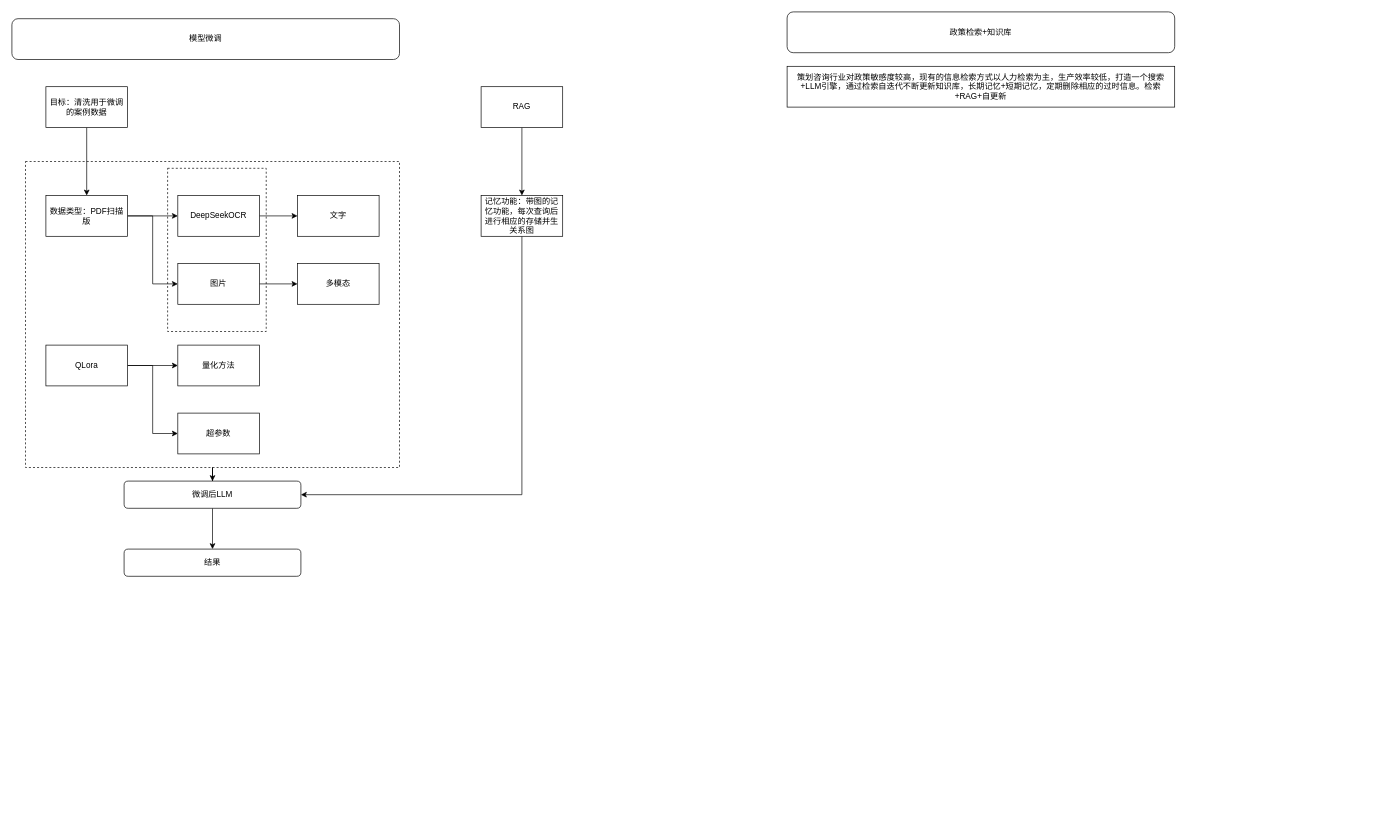
Earlier version of the draw.io diagram Project/QloraDataHandle.drawio (CarmeloChou/APX-LLM-Notebook). Source tidied: cells renumbered, new cells numbered last; positions are measured from the earlier drawing's top-left corner, leaving out a move shared by most shapes. Both pictures are drawn from the tidied source at 68%, with x=0, y=0 at pixel (12, 12).
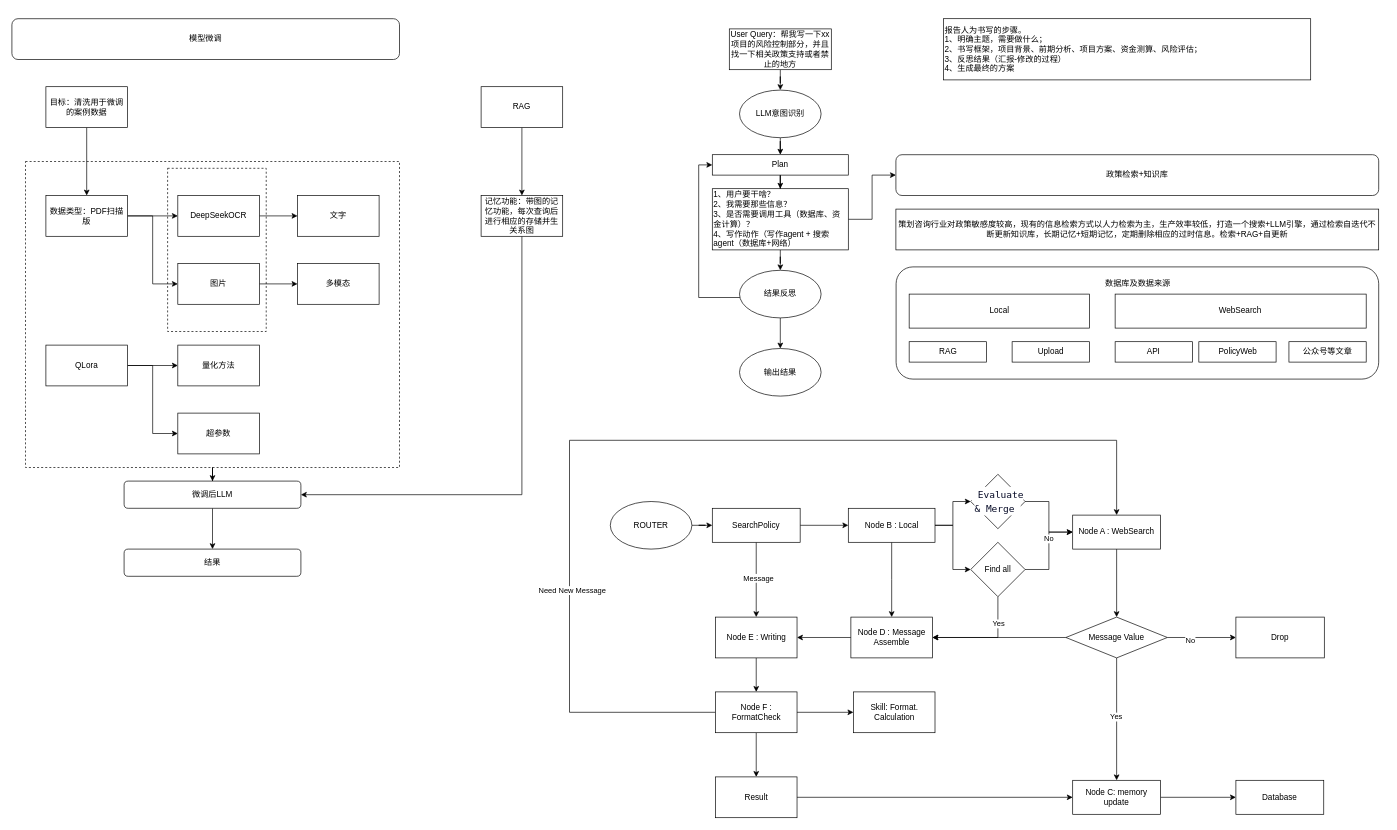
Above is the later version.

Commit message:
更新项目框架图

What changed in the source:
```diff
@@
     <mxCell id="30" value="政策检索+知识库" style="rounded=1;whiteSpace=wrap;html=1;" parent="1" vertex="1">
-      <mxGeometry x="1140" width="570" height="60" as="geometry" />
+      <mxGeometry x="1300" y="210" width="710" height="60" as="geometry" />
     </mxCell>
     <mxCell id="31" value="策划咨询行业对政策敏感度较高，现有的信息检索方式以人力检索为主，生产效率较低，打造一个搜索+LLM引擎，通过检索自迭代不断更新知识库，长期记忆+短期记忆，定期删除相应的过时信息。检索+RAG&lt;span style=&quot;background-color: transparent; color: light-dark(rgb(0, 0, 0), rgb(255, 255, 255));&quot;&gt;+自更新&lt;/span&gt;" style="rounded=0;whiteSpace=wrap;html=1;" parent="1" vertex="1">
-      <mxGeometry x="1140" y="80" width="570" height="60" as="geometry" />
+      <mxGeometry x="1300" y="290" width="710" height="60" as="geometry" />
     </mxCell>
+    <mxCell id="32" value="报告人为书写的步骤。&lt;div&gt;1、明确主题，需要做什么；&lt;div&gt;2、书写框架，项目背景、前期分析、项目方案、资金测算、风险评估；&lt;/div&gt;&lt;/div&gt;&lt;div&gt;3、反思结果（汇报-修改的过程）&lt;/div&gt;&lt;div&gt;4、生成最终的方案&lt;/div&gt;" style="rounded=0;whiteSpace=wrap;html=1;align=left;" parent="1" vertex="1">
+      <mxGeometry x="1370" y="10" width="540" height="90" as="geometry" />
+    </mxCell>
+    <mxCell id="33" style="group;" parent="1" vertex="1">
+      <mxGeometry x="1310" y="375" width="710" height="165" as="geometry" />
+    </mxCell>
+    <mxCell id="34" style="rounded=1;whiteSpace=wrap;html=1;" parent="33" vertex="1">
+      <mxGeometry x="-9.7" width="709.7" height="165" as="geometry" />
+    </mxCell>
+    <mxCell id="35" value="RAG" style="rounded=0;whiteSpace=wrap;html=1;labelBackgroundColor=none;" parent="33" vertex="1">
+      <mxGeometry x="9.5" y="110" width="113.6" height="30" as="geometry" />
+    </mxCell>
+    <mxCell id="36" value="WebSearch" style="rounded=0;whiteSpace=wrap;html=1;labelBackgroundColor=none;" parent="33" vertex="1">
+      <mxGeometry x="312.4" y="40" width="369.2" height="50" as="geometry" />
+    </mxCell>
+    <mxCell id="37" value="Upload" style="rounded=0;whiteSpace=wrap;html=1;labelBackgroundColor=none;" parent="33" vertex="1">
+      <mxGeometry x="160.9" y="110" width="113.6" height="30" as="geometry" />
+    </mxCell>
+    <mxCell id="38" value="Local" style="rounded=0;whiteSpace=wrap;html=1;labelBackgroundColor=none;" parent="33" vertex="1">
+      <mxGeometry x="9.5" y="40" width="265.1" height="50" as="geometry" />
+    </mxCell>
+    <mxCell id="39" value="API" style="rounded=0;whiteSpace=wrap;html=1;labelBackgroundColor=none;" parent="33" vertex="1">
+      <mxGeometry x="312.4" y="110" width="113.6" height="30" as="geometry" />
+    </mxCell>
+    <mxCell id="40" value="PolicyWeb" style="rounded=0;whiteSpace=wrap;html=1;labelBackgroundColor=none;" parent="33" vertex="1">
+      <mxGeometry x="435.5" y="110" width="113.6" height="30" as="geometry" />
+    </mxCell>
+    <mxCell id="41" value="公众号等文章" style="rounded=0;whiteSpace=wrap;html=1;labelBackgroundColor=none;" parent="33" vertex="1">
+      <mxGeometry x="568" y="110" width="113.6" height="30" as="geometry" />
+    </mxCell>
+    <mxCell id="42" value="数据库及数据来源" style="text;html=1;whiteSpace=wrap;strokeColor=none;fillColor=none;align=center;verticalAlign=middle;rounded=0;" parent="33" vertex="1">
+      <mxGeometry x="236.7" y="10" width="217.7" height="30" as="geometry" />
+    </mxCell>
+    <mxCell id="43" style="edgeStyle=orthogonalEdgeStyle;rounded=0;jettySize=auto;html=1;entryX=0.5;entryY=0;entryDx=0;entryDy=0;" parent="1" edge="1" source="44" target="46">
+      <mxGeometry relative="1" as="geometry" />
+    </mxCell>
+    <mxCell id="44" value="User Query：帮我写一下xx项目的风险控制部分，并且找一下相关政策支持或者禁止的地方" style="rounded=0;whiteSpace=wrap;html=1;" parent="1" vertex="1">
+      <mxGeometry x="1055" y="25" width="150" height="60" as="geometry" />
+    </mxCell>
+    <mxCell id="45" style="edgeStyle=orthogonalEdgeStyle;rounded=0;jettySize=auto;html=1;" parent="1" edge="1" source="46" target="54">
+      <mxGeometry relative="1" as="geometry" />
+    </mxCell>
+    <mxCell id="46" value="LLM意图识别" style="ellipse;whiteSpace=wrap;html=1;" parent="1" vertex="1">
+      <mxGeometry x="1070" y="115" width="120" height="70" as="geometry" />
+    </mxCell>
+    <mxCell id="47" style="edgeStyle=orthogonalEdgeStyle;rounded=0;jettySize=auto;html=1;" parent="1" edge="1" source="49" target="52">
+      <mxGeometry relative="1" as="geometry" />
+    </mxCell>
+    <mxCell id="48" style="edgeStyle=orthogonalEdgeStyle;rounded=0;jettySize=auto;html=1;entryX=0;entryY=0.5;entryDx=0;entryDy=0;" parent="1" edge="1" source="49" target="30">
+      <mxGeometry relative="1" as="geometry" />
+    </mxCell>
+    <mxCell id="49" value="1、用户要干啥？&lt;div&gt;2、我需要那些信息？&lt;/div&gt;&lt;div&gt;3、是否需要调用工具（数据库、资金计算）？&lt;/div&gt;&lt;div&gt;4、写作动作（写作agent + 搜索agent（数据库+网络）&lt;/div&gt;" style="rounded=0;whiteSpace=wrap;html=1;align=left;" parent="1" vertex="1">
+      <mxGeometry x="1030" y="260" width="200" height="90" as="geometry" />
+    </mxCell>
+    <mxCell id="50" style="edgeStyle=orthogonalEdgeStyle;rounded=0;jettySize=auto;html=1;entryX=0;entryY=0.5;entryDx=0;entryDy=0;" parent="1" edge="1" source="52" target="54">
+      <mxGeometry relative="1" as="geometry">
+        <Array as="points">
+          <mxPoint x="1010" y="420" />
+          <mxPoint x="1010" y="225" />
+        </Array>
+      </mxGeometry>
+    </mxCell>
+    <mxCell id="51" style="edgeStyle=orthogonalEdgeStyle;rounded=0;jettySize=auto;html=1;" parent="1" edge="1" source="52" target="55">
+      <mxGeometry relative="1" as="geometry" />
+    </mxCell>
+    <mxCell id="52" value="结果反思" style="ellipse;whiteSpace=wrap;html=1;" parent="1" vertex="1">
+      <mxGeometry x="1070" y="380" width="120" height="70" as="geometry" />
+    </mxCell>
+    <mxCell id="53" style="edgeStyle=orthogonalEdgeStyle;rounded=0;jettySize=auto;html=1;entryX=0.5;entryY=0;entryDx=0;entryDy=0;" parent="1" edge="1" source="54" target="49">
+      <mxGeometry relative="1" as="geometry" />
+    </mxCell>
+    <mxCell id="54" value="Plan" style="rounded=0;whiteSpace=wrap;html=1;" parent="1" vertex="1">
+      <mxGeometry x="1030" y="210" width="200" height="30" as="geometry" />
+    </mxCell>
+    <mxCell id="55" value="输出结果" style="ellipse;whiteSpace=wrap;html=1;" parent="1" vertex="1">
+      <mxGeometry x="1070" y="495" width="120" height="70" as="geometry" />
+    </mxCell>
+    <mxCell id="56" style="edgeStyle=orthogonalEdgeStyle;rounded=0;jettySize=auto;html=1;entryX=0;entryY=0.5;entryDx=0;entryDy=0;" parent="1" edge="1" source="57" target="65">
+      <mxGeometry relative="1" as="geometry" />
+    </mxCell>
+    <mxCell id="57" value="ROUTER" style="ellipse;whiteSpace=wrap;html=1;" parent="1" vertex="1">
+      <mxGeometry x="880" y="720" width="120" height="70" as="geometry" />
+    </mxCell>
+    <mxCell id="58" style="edgeStyle=orthogonalEdgeStyle;rounded=0;jettySize=auto;html=1;entryX=0.5;entryY=0;entryDx=0;entryDy=0;" parent="1" edge="1" source="59" target="81">
+      <mxGeometry relative="1" as="geometry" />
+    </mxCell>
+    <mxCell id="59" value="Node A : WebSearch" style="rounded=0;whiteSpace=wrap;html=1;labelBackgroundColor=none;" parent="1" vertex="1">
+      <mxGeometry x="1560" y="740" width="129.2" height="50" as="geometry" />
+    </mxCell>
+    <mxCell id="60" style="edgeStyle=orthogonalEdgeStyle;rounded=0;jettySize=auto;html=1;" parent="1" edge="1" source="65" target="70">
+      <mxGeometry relative="1" as="geometry" />
+    </mxCell>
+    <mxCell id="61" value="Message" style="edgeLabel;html=1;align=center;verticalAlign=middle;" parent="60" vertex="1">
+      <mxGeometry x="-0.06" y="3" relative="1" as="geometry" />
+    </mxCell>
+    <mxCell id="62" style="edgeStyle=orthogonalEdgeStyle;rounded=0;jettySize=auto;html=1;entryX=0;entryY=0.5;entryDx=0;entryDy=0;" parent="1" edge="1" source="65" target="91">
+      <mxGeometry relative="1" as="geometry" />
+    </mxCell>
+    <mxCell id="63" style="edgeStyle=orthogonalEdgeStyle;rounded=0;jettySize=auto;html=1;entryX=0.5;entryY=0;entryDx=0;entryDy=0;exitX=0;exitY=0.5;exitDx=0;exitDy=0;" parent="1" edge="1" source="73" target="59">
+      <mxGeometry relative="1" as="geometry">
+        <Array as="points">
+          <mxPoint x="820" y="1030" />
+          <mxPoint x="820" y="630" />
+          <mxPoint x="1625" y="630" />
+        </Array>
+      </mxGeometry>
+    </mxCell>
+    <mxCell id="64" value="Need New Message" style="edgeLabel;html=1;align=center;verticalAlign=middle;" parent="63" vertex="1">
+      <mxGeometry x="-0.06" y="2" relative="1" as="geometry">
+        <mxPoint x="-101" y="222" as="offset" />
+      </mxGeometry>
+    </mxCell>
+    <mxCell id="65" value="SearchPolicy" style="rounded=0;whiteSpace=wrap;html=1;labelBackgroundColor=none;" parent="1" vertex="1">
+      <mxGeometry x="1030" y="730" width="129.2" height="50" as="geometry" />
+    </mxCell>
+    <mxCell id="66" style="edgeStyle=orthogonalEdgeStyle;rounded=0;jettySize=auto;html=1;entryX=0;entryY=0.5;entryDx=0;entryDy=0;" parent="1" edge="1" source="67" target="68">
+      <mxGeometry relative="1" as="geometry" />
+    </mxCell>
+    <mxCell id="67" value="Node C: memory update" style="rounded=0;whiteSpace=wrap;html=1;labelBackgroundColor=none;" parent="1" vertex="1">
+      <mxGeometry x="1560" y="1130" width="129.2" height="50" as="geometry" />
+    </mxCell>
+    <mxCell id="68" value="Database" style="rounded=0;whiteSpace=wrap;html=1;labelBackgroundColor=none;" parent="1" vertex="1">
+      <mxGeometry x="1800" y="1130" width="129.2" height="50" as="geometry" />
+    </mxCell>
+    <mxCell id="69" style="edgeStyle=orthogonalEdgeStyle;rounded=0;jettySize=auto;html=1;" parent="1" edge="1" source="70" target="73">
+      <mxGeometry relative="1" as="geometry" />
+    </mxCell>
+    <mxCell id="70" value="Node E : Writing" style="whiteSpace=wrap;html=1;rounded=0;labelBackgroundColor=none;" parent="1" vertex="1">
+      <mxGeometry x="1034.6" y="890" width="120" height="60" as="geometry" />
+    </mxCell>
+    <mxCell id="71" style="edgeStyle=orthogonalEdgeStyle;rounded=0;jettySize=auto;html=1;" parent="1" edge="1" source="73" target="75">
+      <mxGeometry relative="1" as="geometry" />
+    </mxCell>
+    <mxCell id="72" style="edgeStyle=orthogonalEdgeStyle;rounded=0;jettySize=auto;html=1;entryX=0;entryY=0.5;entryDx=0;entryDy=0;" parent="1" edge="1" source="73" target="94">
+      <mxGeometry relative="1" as="geometry" />
+    </mxCell>
+    <mxCell id="73" value="Node F : FormatCheck" style="whiteSpace=wrap;html=1;rounded=0;labelBackgroundColor=none;" parent="1" vertex="1">
+      <mxGeometry x="1034.6" y="1000" width="120" height="60" as="geometry" />
+    </mxCell>
+    <mxCell id="74" style="edgeStyle=orthogonalEdgeStyle;rounded=0;jettySize=auto;html=1;entryX=0;entryY=0.5;entryDx=0;entryDy=0;" parent="1" edge="1" source="75" target="67">
+      <mxGeometry relative="1" as="geometry" />
+    </mxCell>
+    <mxCell id="75" value="Result" style="rounded=0;whiteSpace=wrap;html=1;labelBackgroundColor=none;" parent="1" vertex="1">
+      <mxGeometry x="1034.6" y="1125" width="120" height="60" as="geometry" />
+    </mxCell>
+    <mxCell id="76" style="edgeStyle=orthogonalEdgeStyle;rounded=0;jettySize=auto;html=1;entryX=0.5;entryY=0;entryDx=0;entryDy=0;" parent="1" edge="1" source="81" target="67">
+      <mxGeometry relative="1" as="geometry" />
+    </mxCell>
+    <mxCell id="77" value="Yes" style="edgeLabel;html=1;align=center;verticalAlign=middle;" parent="76" vertex="1">
+      <mxGeometry x="-0.04" y="-1" relative="1" as="geometry" />
+    </mxCell>
+    <mxCell id="78" style="edgeStyle=orthogonalEdgeStyle;rounded=0;jettySize=auto;html=1;" parent="1" edge="1" source="81" target="82">
+      <mxGeometry relative="1" as="geometry" />
+    </mxCell>
+    <mxCell id="79" value="No" style="edgeLabel;html=1;align=center;verticalAlign=middle;" parent="78" vertex="1">
+      <mxGeometry x="-0.35" y="-3" relative="1" as="geometry" />
+    </mxCell>
+    <mxCell id="80" style="edgeStyle=orthogonalEdgeStyle;rounded=0;jettySize=auto;html=1;entryX=1;entryY=0.5;entryDx=0;entryDy=0;" parent="1" edge="1" source="81" target="93">
+      <mxGeometry relative="1" as="geometry" />
+    </mxCell>
+    <mxCell id="81" value="Message Value" style="rhombus;whiteSpace=wrap;html=1;rounded=0;labelBackgroundColor=none;" parent="1" vertex="1">
+      <mxGeometry x="1550" y="890" width="149.2" height="60" as="geometry" />
+    </mxCell>
+    <mxCell id="82" value="Drop" style="whiteSpace=wrap;html=1;rounded=0;labelBackgroundColor=none;" parent="1" vertex="1">
+      <mxGeometry x="1800" y="890" width="130" height="60" as="geometry" />
+    </mxCell>
+    <mxCell id="83" style="edgeStyle=orthogonalEdgeStyle;rounded=0;jettySize=auto;html=1;entryX=0;entryY=0.5;entryDx=0;entryDy=0;" parent="1" edge="1" source="87" target="59">
+      <mxGeometry relative="1" as="geometry" />
+    </mxCell>
+    <mxCell id="84" value="No" style="edgeLabel;html=1;align=center;verticalAlign=middle;" parent="83" vertex="1">
+      <mxGeometry x="0.29" y="1" relative="1" as="geometry" />
+    </mxCell>
+    <mxCell id="85" style="edgeStyle=orthogonalEdgeStyle;rounded=0;jettySize=auto;html=1;entryX=1;entryY=0.5;entryDx=0;entryDy=0;" parent="1" edge="1" source="87" target="93">
+      <mxGeometry relative="1" as="geometry">
+        <Array as="points">
+          <mxPoint x="1450" y="920" />
+        </Array>
+      </mxGeometry>
+    </mxCell>
+    <mxCell id="86" value="Yes" style="edgeLabel;html=1;align=center;verticalAlign=middle;" parent="85" vertex="1">
+      <mxGeometry x="-0.5" relative="1" as="geometry" />
+    </mxCell>
+    <mxCell id="87" value="Find all" style="rhombus;whiteSpace=wrap;html=1;rounded=0;labelBackgroundColor=none;" parent="1" vertex="1">
+      <mxGeometry x="1410" y="780" width="80" height="80" as="geometry" />
+    </mxCell>
+    <mxCell id="88" style="edgeStyle=orthogonalEdgeStyle;rounded=0;jettySize=auto;html=1;entryX=0;entryY=0.5;entryDx=0;entryDy=0;" parent="1" edge="1" source="91" target="87">
+      <mxGeometry relative="1" as="geometry" />
+    </mxCell>
+    <mxCell id="89" style="edgeStyle=orthogonalEdgeStyle;rounded=0;jettySize=auto;html=1;entryX=0.5;entryY=0;entryDx=0;entryDy=0;" parent="1" edge="1" source="91" target="93">
+      <mxGeometry relative="1" as="geometry" />
+    </mxCell>
+    <mxCell id="90" style="edgeStyle=orthogonalEdgeStyle;rounded=0;jettySize=auto;html=1;entryX=0;entryY=0.5;entryDx=0;entryDy=0;" parent="1" edge="1" source="91" target="96">
+      <mxGeometry relative="1" as="geometry" />
+    </mxCell>
+    <mxCell id="91" value="Node B : Local" style="rounded=0;whiteSpace=wrap;html=1;labelBackgroundColor=none;" parent="1" vertex="1">
+      <mxGeometry x="1230" y="730" width="127.5" height="50" as="geometry" />
+    </mxCell>
+    <mxCell id="92" style="edgeStyle=orthogonalEdgeStyle;rounded=0;jettySize=auto;html=1;entryX=1;entryY=0.5;entryDx=0;entryDy=0;" parent="1" edge="1" source="93" target="70">
+      <mxGeometry relative="1" as="geometry" />
+    </mxCell>
+    <mxCell id="93" value="Node D : Message Assemble" style="whiteSpace=wrap;html=1;rounded=0;labelBackgroundColor=none;" parent="1" vertex="1">
+      <mxGeometry x="1233.8" y="890" width="120" height="60" as="geometry" />
+    </mxCell>
+    <mxCell id="94" value="Skill: Format. Calculation" style="whiteSpace=wrap;html=1;rounded=0;labelBackgroundColor=none;" parent="1" vertex="1">
+      <mxGeometry x="1237.5" y="1000" width="120" height="60" as="geometry" />
+    </mxCell>
+    <mxCell id="95" style="edgeStyle=orthogonalEdgeStyle;rounded=0;jettySize=auto;html=1;entryX=0;entryY=0.5;entryDx=0;entryDy=0;" parent="1" edge="1" source="96" target="59">
+      <mxGeometry relative="1" as="geometry" />
+    </mxCell>
+    <mxCell id="96" value="&lt;span class=&quot;qk-md-strong complete&quot; style=&quot;-webkit-font-smoothing: antialiased; --tw-border-spacing-x: 0; --tw-border-spacing-y: 0; --tw-translate-x: 0; --tw-translate-y: 0; --tw-rotate: 0; --tw-skew-x: 0; --tw-skew-y: 0; --tw-scale-x: 1; --tw-scale-y: 1; --tw-pan-x: ; --tw-pan-y: ; --tw-pinch-zoom: ; --tw-scroll-snap-strictness: proximity; --tw-gradient-from-position: ; --tw-gradient-via-position: ; --tw-gradient-to-position: ; --tw-ordinal: ; --tw-slashed-zero: ; --tw-numeric-figure: ; --tw-numeric-spacing: ; --tw-numeric-fraction: ; --tw-ring-inset: ; --tw-ring-offset-width: 0px; --tw-ring-offset-color: #fff; --tw-ring-color: #3b82f680; --tw-ring-offset-shadow: 0 0 #0000; --tw-ring-shadow: 0 0 #0000; --tw-shadow: 0 0 #0000; --tw-shadow-colored: 0 0 #0000; --tw-blur: ; --tw-brightness: ; --tw-contrast: ; --tw-grayscale: ; --tw-hue-rotate: ; --tw-invert: ; --tw-saturate: ; --tw-sepia: ; --tw-drop-shadow: ; --tw-backdrop-blur: ; --tw-backdrop-brightness: ; --tw-backdrop-contrast: ; --tw-backdrop-grayscale: ; --tw-backdrop-hue-rotate: ; --tw-backdrop-invert: ; --tw-backdrop-opacity: ; --tw-backdrop-saturate: ; --tw-backdrop-sepia: ; --tw-contain-size: ; --tw-contain-layout: ; --tw-contain-paint: ; --tw-contain-style: ; box-sizing: border-box; border: 0px solid; opacity: 1; color: rgb(6, 10, 38); font-family: &amp;quot;Microsoft YaHei&amp;quot;, &amp;quot;Segoe UI&amp;quot;, system-ui, Roboto, &amp;quot;Noto Sans SC&amp;quot;, &amp;quot;Helvetica Neue&amp;quot;, Arial, sans-serif; font-size: 16px; text-align: left; background-color: rgb(255, 255, 255); animation: auto ease 0s 1 normal none running none !important;&quot;&gt;&lt;code class=&quot;qk-md-code&quot; style=&quot;-webkit-font-smoothing: antialiased; --tw-border-spacing-x: 0; --tw-border-spacing-y: 0; --tw-translate-x: 0; --tw-translate-y: 0; --tw-rotate: 0; --tw-skew-x: 0; --tw-skew-y: 0; --tw-scale-x: 1; --tw-scale-y: 1; --tw-pan-x: ; --tw-pan-y: ; --tw-pinch-zoom: ; --tw-scroll-snap-strictness: proximity; --tw-gradient-from-position: ; --tw-gradient-via-position: ; --tw-gradient-to-position: ; --tw-ordinal: ; --tw-slashed-zero: ; --tw-numeric-figure: ; --tw-numeric-spacing: ; --tw-numeric-fraction: ; --tw-ring-inset: ; --tw-ring-offset-width: 0px; --tw-ring-offset-color: #fff; --tw-ring-color: #3b82f680; --tw-ring-offset-shadow: 0 0 #0000; --tw-ring-shadow: 0 0 #0000; --tw-shadow: 0 0 #0000; --tw-shadow-colored: 0 0 #0000; --tw-blur: ; --tw-brightness: ; --tw-contrast: ; --tw-grayscale: ; --tw-hue-rotate: ; --tw-invert: ; --tw-saturate: ; --tw-sepia: ; --tw-drop-shadow: ; --tw-backdrop-blur: ; --tw-backdrop-brightness: ; --tw-backdrop-contrast: ; --tw-backdrop-grayscale: ; --tw-backdrop-hue-rotate: ; --tw-backdrop-invert: ; --tw-backdrop-opacity: ; --tw-backdrop-saturate: ; --tw-backdrop-sepia: ; --tw-contain-size: ; --tw-contain-layout: ; --tw-contain-paint: ; --tw-contain-style: ; box-sizing: border-box; border: 0px solid; font-feature-settings: normal; font-variation-settings: normal; font-family: ui-monospace, SFMono-Regular, Menlo, Monaco, Consolas, &amp;quot;Liberation Mono&amp;quot;, &amp;quot;Courier New&amp;quot;, monospace; font-size: 14px; color: var(--color-inline-code-color); word-break: break-all; border-radius: 6px; margin: 0px 4px; padding: 2px 5px; background: var(--color-inline-code-bg) !important; animation: auto ease 0s 1 normal none running none !important; content-visibility: auto; contain-intrinsic-size: auto 120px; opacity: 1;&quot;&gt;Evaluate &amp;amp; Merge&lt;/code&gt;&lt;/span&gt;" style="rhombus;whiteSpace=wrap;html=1;rounded=0;labelBackgroundColor=none;" parent="1" vertex="1">
+      <mxGeometry x="1410" y="680" width="80" height="80" as="geometry" />
+    </mxCell>
```
